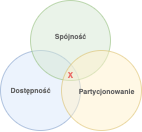
MaciejGowin/maciejgowin.github.com keeps this draw.io diagram as assets/img/zjazd-10-1/cap.png. Above is the earlier version. Source tidied: cells renumbered, new cells last; positions are measured from the earlier drawing's top-left corner, leaving out a move shared by most shapes.
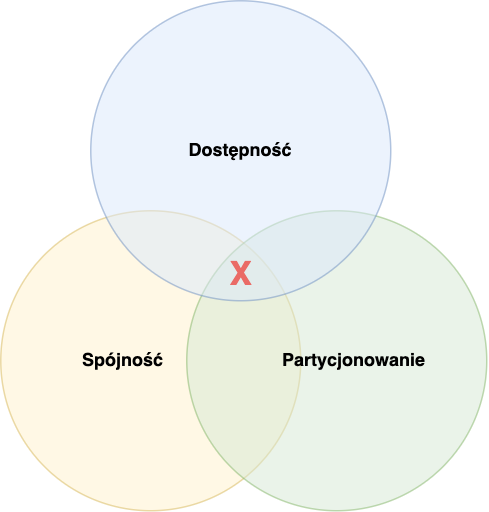
After the commit.

The edit, as a diff of the source:
```diff
@@ -2,26 +2,17 @@
   <root>
     <mxCell id="0" />
     <mxCell id="1" parent="0" />
-    <mxCell id="2" style="ellipse;whiteSpace=wrap;html=1;fillColor=#dae8fc;strokeColor=#6c8ebf;opacity=50;" parent="1" vertex="1">
-      <mxGeometry y="50" width="80" height="80" as="geometry" />
+    <mxCell id="2" value="&lt;b&gt;Spójność&amp;nbsp; &amp;nbsp; &amp;nbsp; &amp;nbsp; &amp;nbsp; &amp;nbsp;&lt;/b&gt;" style="ellipse;whiteSpace=wrap;html=1;fillColor=#fff2cc;strokeColor=#d6b656;opacity=50;" parent="1" vertex="1">
+      <mxGeometry x="-520" y="200" width="200" height="200" as="geometry" />
     </mxCell>
-    <mxCell id="3" style="ellipse;whiteSpace=wrap;html=1;fillColor=#d5e8d4;strokeColor=#82b366;opacity=50;" parent="1" vertex="1">
-      <mxGeometry x="30" width="80" height="80" as="geometry" />
+    <mxCell id="3" value="&lt;b&gt;&amp;nbsp; &amp;nbsp; &amp;nbsp; &amp;nbsp;Partycjonowanie&lt;/b&gt;" style="ellipse;whiteSpace=wrap;html=1;fillColor=#d5e8d4;strokeColor=#82b366;opacity=50;" parent="1" vertex="1">
+      <mxGeometry x="-396" y="200" width="200" height="200" as="geometry" />
     </mxCell>
-    <mxCell id="4" style="ellipse;whiteSpace=wrap;html=1;fillColor=#fff2cc;strokeColor=#d6b656;opacity=50;" parent="1" vertex="1">
-      <mxGeometry x="61" y="50" width="80" height="80" as="geometry" />
+    <mxCell id="4" value="&lt;b&gt;Dostępność&lt;/b&gt;" style="ellipse;whiteSpace=wrap;html=1;fillColor=#dae8fc;strokeColor=#6c8ebf;opacity=50;" parent="1" vertex="1">
+      <mxGeometry x="-460" y="60" width="200" height="200" as="geometry" />
     </mxCell>
-    <mxCell id="5" value="&lt;font color=&quot;#ea6b66&quot; style=&quot;font-size: 8px;&quot;&gt;X&lt;/font&gt;" style="text;strokeColor=none;fillColor=none;html=1;fontSize=24;fontStyle=1;verticalAlign=middle;align=center;fontColor=#666666;" parent="1" vertex="1">
-      <mxGeometry x="60" y="60" width="20" height="20" as="geometry" />
+    <mxCell id="5" value="&lt;font size=&quot;1&quot; color=&quot;#ea6b66&quot;&gt;&lt;b style=&quot;font-size: 22px;&quot;&gt;X&lt;/b&gt;&lt;/font&gt;" style="text;html=1;align=center;verticalAlign=middle;strokeColor=none;fillColor=none;" parent="1" vertex="1">
+      <mxGeometry x="-375" y="233" width="30" height="20" as="geometry" />
     </mxCell>
-    <mxCell id="6" value="&lt;b&gt;&lt;font style=&quot;font-size: 7px;&quot; color=&quot;#666666&quot;&gt;Dostępność&lt;/font&gt;&lt;/b&gt;" style="text;html=1;align=center;verticalAlign=middle;strokeColor=none;fillColor=none;fontSize=8;fontColor=#EA6B66;" parent="1" vertex="1">
-      <mxGeometry y="80" width="60" height="20" as="geometry" />
-    </mxCell>
-    <mxCell id="7" value="&lt;font size=&quot;1&quot; color=&quot;#666666&quot;&gt;&lt;b style=&quot;font-size: 7px;&quot;&gt;Partycjonowanie&lt;/b&gt;&lt;/font&gt;" style="text;html=1;align=center;verticalAlign=middle;strokeColor=none;fillColor=none;fontSize=8;fontColor=#EA6B66;" parent="1" vertex="1">
-      <mxGeometry x="71" y="80" width="70" height="20" as="geometry" />
-    </mxCell>
-    <mxCell id="8" value="&lt;font size=&quot;1&quot; color=&quot;#666666&quot;&gt;&lt;b style=&quot;font-size: 7px;&quot;&gt;Spójność&lt;/b&gt;&lt;/font&gt;" style="text;html=1;align=center;verticalAlign=middle;strokeColor=none;fillColor=none;fontSize=8;fontColor=#EA6B66;" parent="1" vertex="1">
-      <mxGeometry x="45" y="25" width="50" height="20" as="geometry" />
-    </mxCell>
   </root>
 </mxGraphModel>
```
